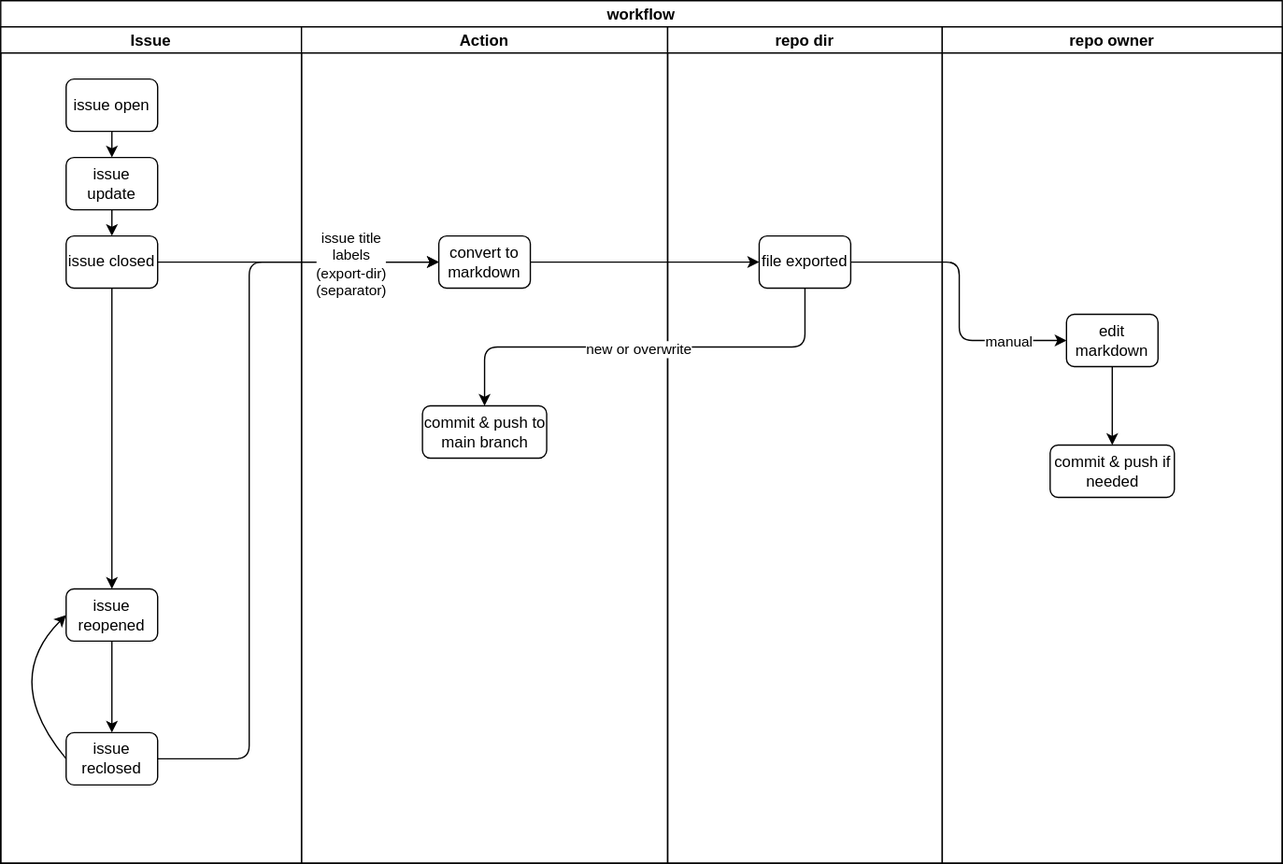
Before: docs/design.drawio.svg, a diagram exported from draw.io (go-zen-chu/issue2md). Source tidied: cells renumbered, new cells last; positions are measured from the earlier drawing's top-left corner, leaving out a move shared by most shapes.
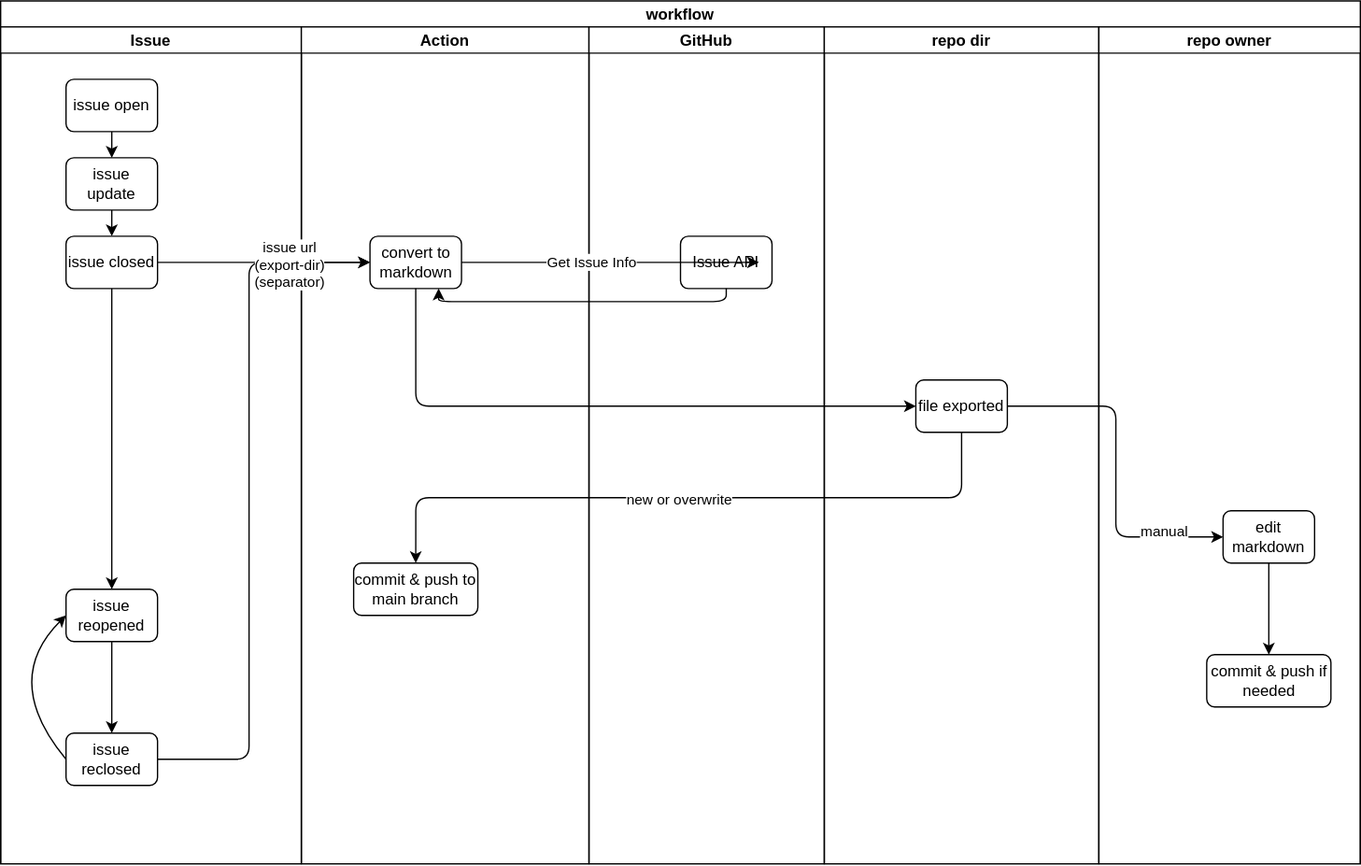
After the commit.

The edit, as a diff of the source:
```diff
@@ -3,7 +3,7 @@
     <mxCell id="0" />
     <mxCell id="1" parent="0" />
     <mxCell id="2" value="workflow" style="swimlane;startSize=20;" parent="1" vertex="1">
-      <mxGeometry width="980" height="660" as="geometry" />
+      <mxGeometry width="1040" height="660" as="geometry" />
     </mxCell>
     <mxCell id="3" value="Issue" style="swimlane;startSize=20;" parent="2" vertex="1">
       <mxGeometry y="20" width="230" height="640" as="geometry" />
@@ -43,31 +43,37 @@
       </mxGeometry>
     </mxCell>
     <mxCell id="14" value="Action" style="swimlane;startSize=20;" parent="2" vertex="1">
-      <mxGeometry x="230" y="20" width="280" height="640" as="geometry" />
+      <mxGeometry x="230" y="20" width="220" height="640" as="geometry" />
     </mxCell>
     <mxCell id="15" value="convert to markdown" style="rounded=1;whiteSpace=wrap;html=1;" parent="14" vertex="1">
-      <mxGeometry x="105" y="160" width="70" height="40" as="geometry" />
+      <mxGeometry x="52.5" y="160" width="70" height="40" as="geometry" />
     </mxCell>
     <mxCell id="16" value="commit &amp;amp; push to main branch" style="rounded=1;whiteSpace=wrap;html=1;" parent="14" vertex="1">
-      <mxGeometry x="92.5" y="290" width="95" height="40" as="geometry" />
+      <mxGeometry x="40" y="410" width="95" height="40" as="geometry" />
     </mxCell>
+    <mxCell id="31" value="GitHub" style="swimlane;startSize=20;" parent="2" vertex="1">
+      <mxGeometry x="450" y="20" width="180" height="640" as="geometry" />
+    </mxCell>
+    <mxCell id="32" value="Issue API" style="rounded=1;whiteSpace=wrap;html=1;" parent="31" vertex="1">
+      <mxGeometry x="70" y="160" width="70" height="40" as="geometry" />
+    </mxCell>
     <mxCell id="17" value="repo dir" style="swimlane;startSize=20;" parent="2" vertex="1">
-      <mxGeometry x="510" y="20" width="210" height="640" as="geometry" />
+      <mxGeometry x="630" y="20" width="210" height="640" as="geometry" />
     </mxCell>
     <mxCell id="18" value="file exported" style="rounded=1;whiteSpace=wrap;html=1;" parent="17" vertex="1">
-      <mxGeometry x="70" y="160" width="70" height="40" as="geometry" />
+      <mxGeometry x="70" y="270" width="70" height="40" as="geometry" />
     </mxCell>
     <mxCell id="19" value="repo owner" style="swimlane;startSize=20;" parent="2" vertex="1">
-      <mxGeometry x="720" y="20" width="260" height="640" as="geometry" />
+      <mxGeometry x="840" y="20" width="200" height="640" as="geometry" />
     </mxCell>
     <mxCell id="20" style="edgeStyle=none;html=1;exitX=0.5;exitY=1;exitDx=0;exitDy=0;entryX=0.5;entryY=0;entryDx=0;entryDy=0;" parent="19" edge="1" source="21" target="22">
       <mxGeometry relative="1" as="geometry" />
     </mxCell>
     <mxCell id="21" value="edit markdown" style="rounded=1;whiteSpace=wrap;html=1;" parent="19" vertex="1">
-      <mxGeometry x="95" y="220" width="70" height="40" as="geometry" />
+      <mxGeometry x="95" y="370" width="70" height="40" as="geometry" />
     </mxCell>
     <mxCell id="22" value="commit &amp;amp; push if needed" style="rounded=1;whiteSpace=wrap;html=1;" parent="19" vertex="1">
-      <mxGeometry x="82.5" y="320" width="95" height="40" as="geometry" />
+      <mxGeometry x="82.5" y="480" width="95" height="40" as="geometry" />
     </mxCell>
     <mxCell id="23" style="edgeStyle=none;html=1;exitX=1;exitY=0.5;exitDx=0;exitDy=0;" parent="2" edge="1" source="9" target="15">
       <mxGeometry relative="1" as="geometry" />
@@ -79,12 +85,17 @@
         </Array>
       </mxGeometry>
     </mxCell>
-    <mxCell id="25" value="issue title&lt;br&gt;labels&lt;br&gt;(export-dir)&lt;br&gt;(separator)" style="edgeLabel;html=1;align=center;verticalAlign=middle;" parent="24" vertex="1">
+    <mxCell id="25" value="issue url&lt;br&gt;(export-dir)&lt;br&gt;(separator)" style="edgeLabel;html=1;align=center;verticalAlign=middle;" parent="24" vertex="1">
       <mxGeometry x="0.77" y="-1" relative="1" as="geometry" />
     </mxCell>
-    <mxCell id="26" style="edgeStyle=none;html=1;exitX=1;exitY=0.5;exitDx=0;exitDy=0;entryX=0;entryY=0.5;entryDx=0;entryDy=0;" parent="2" edge="1" source="15" target="18">
-      <mxGeometry relative="1" as="geometry" />
+    <mxCell id="26" style="edgeStyle=none;html=1;exitX=1;exitY=0.5;exitDx=0;exitDy=0;" parent="2" edge="1" source="15">
+      <mxGeometry relative="1" as="geometry">
+        <mxPoint x="580" y="200" as="targetPoint" />
+      </mxGeometry>
     </mxCell>
+    <mxCell id="33" value="Get Issue Info" style="edgeLabel;html=1;align=center;verticalAlign=middle;" parent="26" vertex="1">
+      <mxGeometry x="-0.13" y="1" relative="1" as="geometry" />
+    </mxCell>
     <mxCell id="27" style="edgeStyle=orthogonalEdgeStyle;html=1;exitX=0.5;exitY=1;exitDx=0;exitDy=0;entryX=0.5;entryY=0;entryDx=0;entryDy=0;" parent="2" edge="1" source="18" target="16">
       <mxGeometry relative="1" as="geometry" />
     </mxCell>
@@ -99,5 +110,11 @@
         <mxPoint x="32" y="4" as="offset" />
       </mxGeometry>
     </mxCell>
+    <mxCell id="34" style="edgeStyle=orthogonalEdgeStyle;html=1;exitX=0.5;exitY=1;exitDx=0;exitDy=0;entryX=0.75;entryY=1;entryDx=0;entryDy=0;" parent="2" edge="1" source="32" target="15">
+      <mxGeometry relative="1" as="geometry" />
+    </mxCell>
+    <mxCell id="35" style="edgeStyle=orthogonalEdgeStyle;html=1;exitX=0.5;exitY=1;exitDx=0;exitDy=0;entryX=0;entryY=0.5;entryDx=0;entryDy=0;" parent="2" edge="1" source="15" target="18">
+      <mxGeometry relative="1" as="geometry" />
+    </mxCell>
   </root>
 </mxGraphModel>
```
